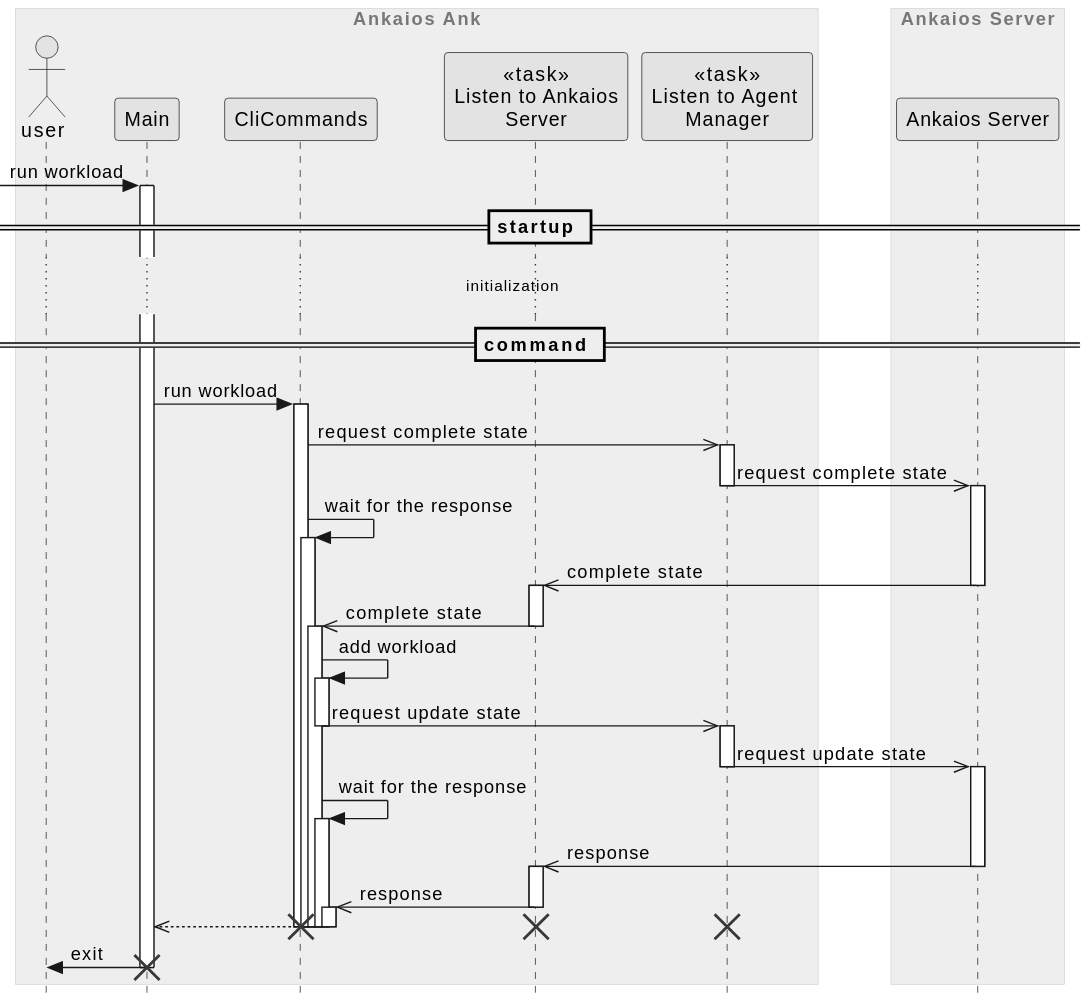
This is ank/doc/swdesign/plantuml/seq_run_workload.svg from eclipse-ankaios/ankaios, a PlantUML export, as it was before one commit.
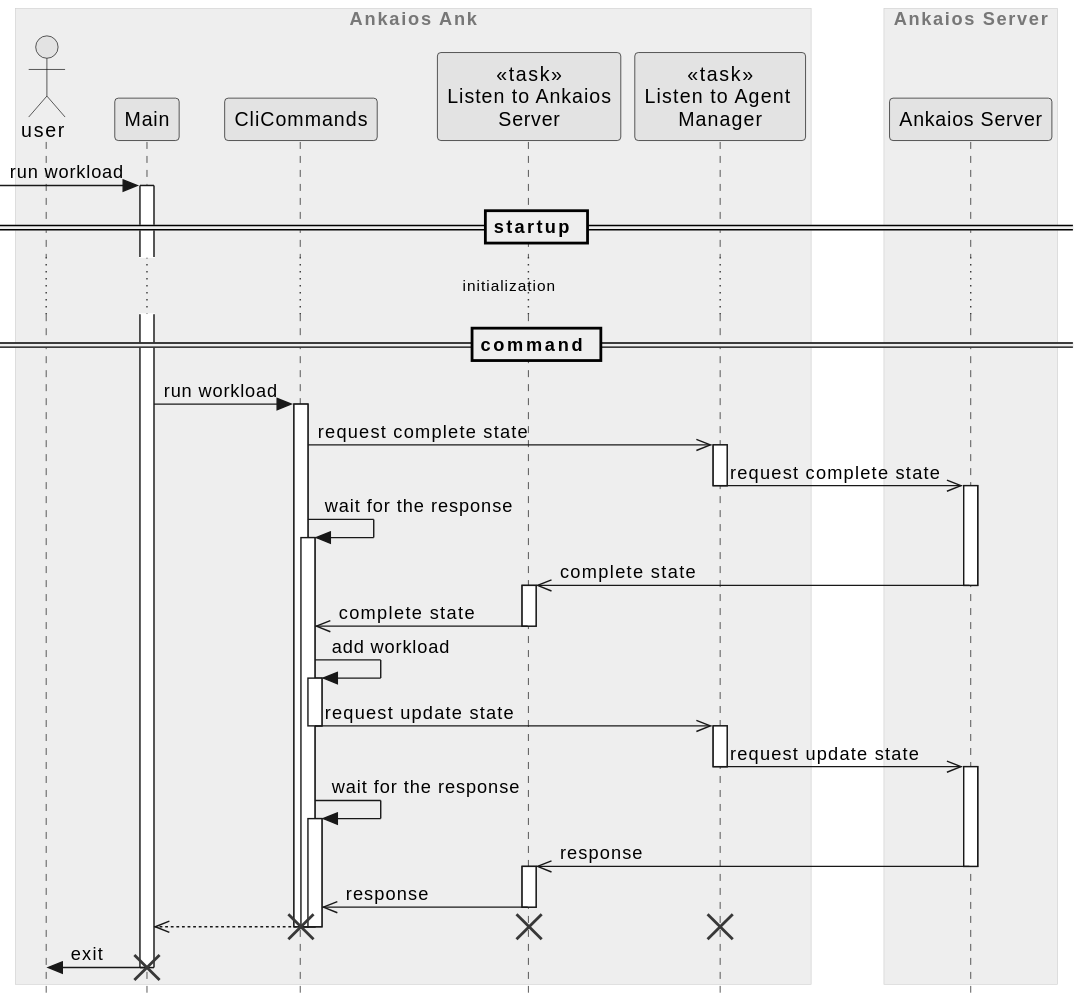
The same file after the commit.

Diff of the diagram source:
```diff
@@ -29,7 +29,7 @@
 cli_commands -> cli_commands ++: wait for the response
 
 listen_to_server <<- server --++: complete state
-listen_to_server ->> cli_commands --++: complete state
+listen_to_server ->> cli_commands --: complete state
 cli_commands -> cli_commands ++: add workload
 
 cli_commands ->> listen_to_manager --++: request update state
@@ -38,7 +38,7 @@
 cli_commands -> cli_commands ++: wait for the response
 
 listen_to_server <<- server --++: response
-listen_to_server ->> cli_commands --++: response
+listen_to_server ->> cli_commands --: response
 main <<-- cli_commands --
 deactivate cli_commands
 deactivate cli_commands
```
